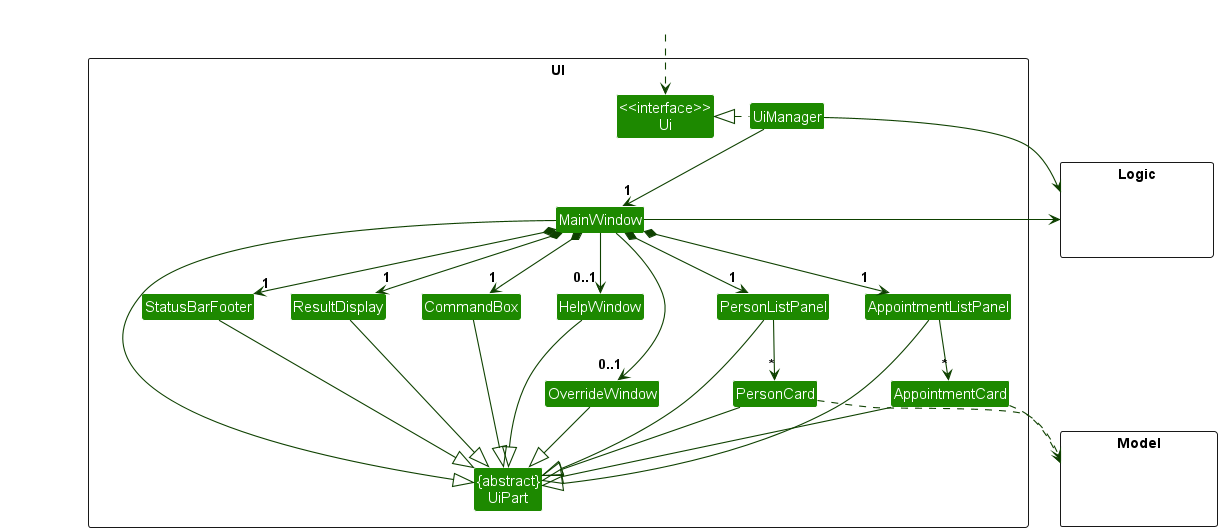
nus-cs2103-AY2324S1/tp keeps this PlantUML diagram as docs/images/UiClassDiagram.png. Above is the earlier version.
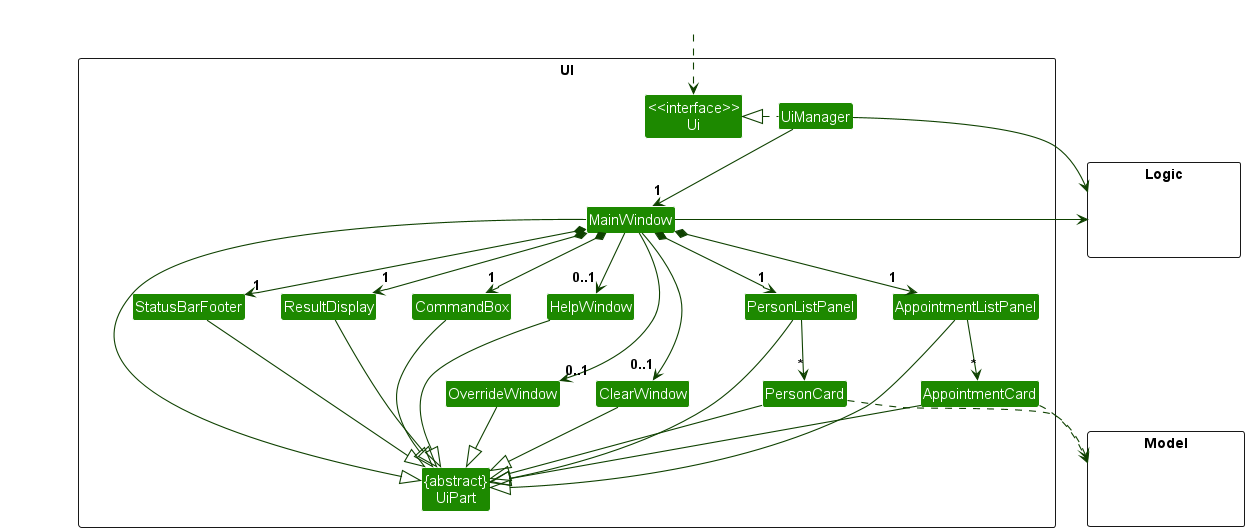
The same diagram one commit later.

Commit message:
Update UI class diagram

The edit, as a diff of the source:
```diff
@@ -10,7 +10,6 @@
 Class UiManager
 Class MainWindow
 Class HelpWindow
-Class OverrideWindow
 Class ResultDisplay
 Class PersonListPanel
 Class PersonCard
@@ -18,6 +17,8 @@
 Class AppointmentCard
 Class StatusBarFooter
 Class CommandBox
+Class OverrideWindow
+Class ClearWindow
 }
 
 package Model <<Rectangle>> {
@@ -40,6 +41,7 @@
 MainWindow *-down-> "1" StatusBarFooter
 MainWindow --> "0..1" HelpWindow
 MainWindow --> "0..1" OverrideWindow
+MainWindow --> "0..1" ClearWindow
 
 PersonListPanel -down-> "*" PersonCard
 AppointmentListPanel -down-> "*" AppointmentCard
@@ -55,6 +57,7 @@
 StatusBarFooter --|> UiPart
 HelpWindow --|> UiPart
 OverrideWindow --|> UiPart
+ClearWindow --|> UiPart
 
 PersonCard ..> Model
 AppointmentCard ..> Model
```
